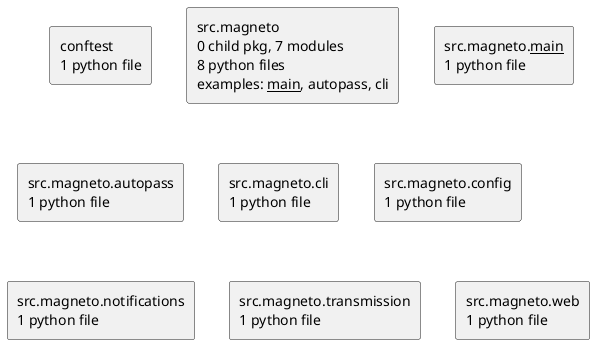
Above: docs/diagrams/python-packages.puml.png in casonk/magneto (PlantUML), before the change.
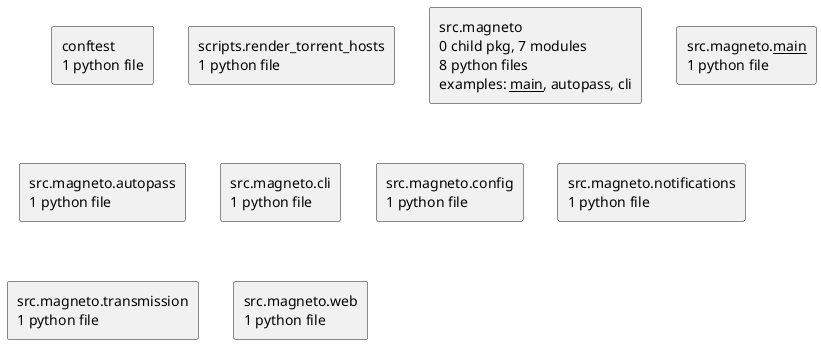
After the commit.

Change to the diagram source:
```diff
@@ -3,6 +3,7 @@
 top to bottom direction
 skinparam componentStyle rectangle
 rectangle "conftest\n1 python file" as conftest
+rectangle "scripts.render_torrent_hosts\n1 python file" as scripts.render_torrent_hosts
 rectangle "src.magneto\n0 child pkg, 7 modules\n8 python files\nexamples: __main__, autopass, cli" as src.magneto
 rectangle "src.magneto.__main__\n1 python file" as src.magneto.__main__
 rectangle "src.magneto.autopass\n1 python file" as src.magneto.autopass
```
